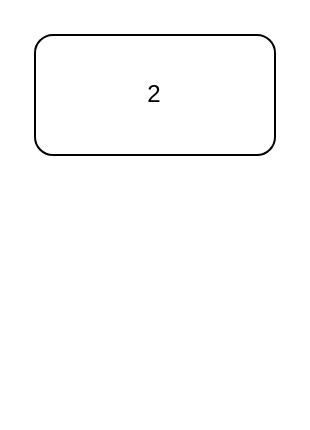
Earlier version of the draw.io diagram page "第 2 页" (2 of 2) of 未命名表单.drawio (AdeleLin/sunrise). Source tidied: cells renumbered, new cells numbered last; positions are measured from the earlier drawing's top-left corner, leaving out a move shared by most shapes. Both pictures are drawn from the tidied source at 200%, with x=0, y=0 at pixel (34, 34).
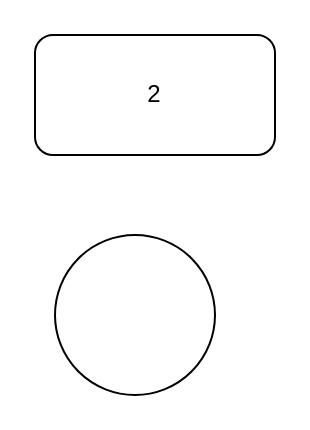
The same page after the edit.

Change to the diagram source:
```diff
@@
 <mxGraphModel>
   <root>
     <mxCell id="0" />
     <mxCell id="1" parent="0" />
     <mxCell id="2" value="2" style="rounded=1;whiteSpace=wrap;html=1;" parent="1" vertex="1">
       <mxGeometry width="120" height="60" as="geometry" />
     </mxCell>
+    <mxCell id="3" style="ellipse;whiteSpace=wrap;html=1;" parent="1" vertex="1">
+      <mxGeometry x="10" y="100" width="80" height="80" as="geometry" />
+    </mxCell>
   </root>
 </mxGraphModel>
```
